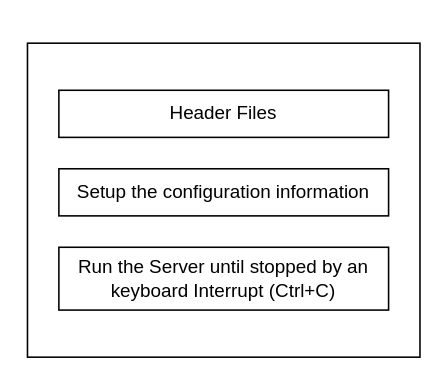
The draw.io diagram StructureOfLDSME.drawio in RakshanPremsagar/Thesis, before the edit. Source tidied: cells renumbered, new cells numbered last; positions are measured from the earlier drawing's top-left corner, leaving out a move shared by most shapes. Both pictures are drawn from the tidied source at 157%, with x=0, y=0 at pixel (27, 42).
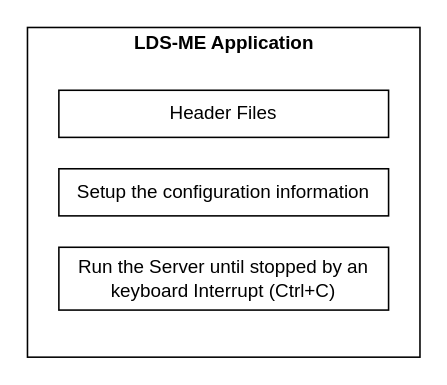
The same page after the edit.

What changed in the source:
```diff
@@
 <mxGraphModel>
   <root>
     <mxCell id="0" />
     <mxCell id="1" parent="0" />
     <mxCell id="2" style="rounded=0;whiteSpace=wrap;html=1;" parent="1" vertex="1">
-      <mxGeometry width="250" height="200" as="geometry" />
+      <mxGeometry y="-10" width="250" height="210" as="geometry" />
     </mxCell>
     <mxCell id="3" value="Header Files" style="rounded=0;whiteSpace=wrap;html=1;" parent="1" vertex="1">
       <mxGeometry x="20" y="30" width="210" height="30" as="geometry" />
     </mxCell>
     <mxCell id="4" value="Setup the configuration information" style="rounded=0;whiteSpace=wrap;html=1;" parent="1" vertex="1">
       <mxGeometry x="20" y="80" width="210" height="30" as="geometry" />
     </mxCell>
     <mxCell id="5" value="Run the Server until stopped by an keyboard Interrupt (Ctrl+C)" style="rounded=0;whiteSpace=wrap;html=1;" parent="1" vertex="1">
       <mxGeometry x="20" y="130" width="210" height="40" as="geometry" />
     </mxCell>
+    <mxCell id="6" value="LDS-ME Application" style="text;html=1;strokeColor=none;fillColor=none;align=center;verticalAlign=middle;whiteSpace=wrap;rounded=0;fontStyle=1;" parent="1" vertex="1">
+      <mxGeometry x="48.8" y="-10" width="152.5" height="20" as="geometry" />
+    </mxCell>
   </root>
 </mxGraphModel>
```
